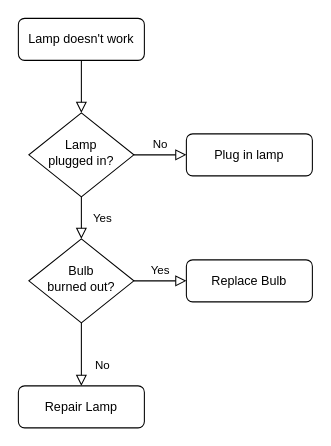
This is src/components/Untitled Diagram.drawio from AltubiIsraa/HS-M3-Assignment4, a draw.io file, before an edit. Source tidied: cells renumbered, new cells numbered last; positions are measured from the earlier drawing's top-left corner, leaving out a move shared by most shapes. Both pictures are drawn from the tidied source at 105%, with x=0, y=0 at pixel (18, 18).
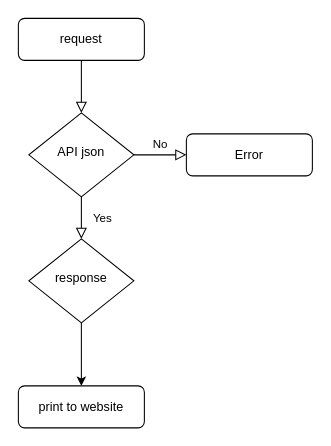
The same page after the edit.

The edit, as a diff of the source:
```diff
@@
 <mxGraphModel>
   <root>
     <mxCell id="0" />
     <mxCell id="1" parent="0" />
     <mxCell id="2" style="rounded=0;html=1;jettySize=auto;fontSize=11;endArrow=block;endFill=0;endSize=8;strokeWidth=1;shadow=0;labelBackgroundColor=none;edgeStyle=orthogonalEdgeStyle;" parent="1" edge="1" source="3" target="6">
       <mxGeometry relative="1" as="geometry" />
     </mxCell>
-    <mxCell id="3" value="Lamp doesn't work" style="rounded=1;whiteSpace=wrap;html=1;fontSize=12;glass=0;strokeWidth=1;shadow=0;" parent="1" vertex="1">
+    <mxCell id="3" value="request" style="rounded=1;whiteSpace=wrap;html=1;fontSize=12;glass=0;strokeWidth=1;shadow=0;" parent="1" vertex="1">
       <mxGeometry width="120" height="40" as="geometry" />
     </mxCell>
     <mxCell id="4" value="Yes" style="rounded=0;html=1;jettySize=auto;fontSize=11;endArrow=block;endFill=0;endSize=8;strokeWidth=1;shadow=0;labelBackgroundColor=none;edgeStyle=orthogonalEdgeStyle;" parent="1" edge="1" source="6" target="10">
       <mxGeometry y="20" relative="1" as="geometry" />
     </mxCell>
     <mxCell id="5" value="No" style="edgeStyle=orthogonalEdgeStyle;rounded=0;html=1;jettySize=auto;fontSize=11;endArrow=block;endFill=0;endSize=8;strokeWidth=1;shadow=0;labelBackgroundColor=none;" parent="1" edge="1" source="6" target="7">
       <mxGeometry y="10" relative="1" as="geometry" />
     </mxCell>
-    <mxCell id="6" value="Lamp&lt;br&gt;plugged in?" style="rhombus;whiteSpace=wrap;html=1;shadow=0;fontFamily=Helvetica;fontSize=12;align=center;strokeWidth=1;spacing=6;spacingTop=-4;" parent="1" vertex="1">
+    <mxCell id="6" value="API json" style="rhombus;whiteSpace=wrap;html=1;shadow=0;fontFamily=Helvetica;fontSize=12;align=center;strokeWidth=1;spacing=6;spacingTop=-4;" parent="1" vertex="1">
       <mxGeometry x="10" y="90" width="100" height="80" as="geometry" />
     </mxCell>
-    <mxCell id="7" value="Plug in lamp" style="rounded=1;whiteSpace=wrap;html=1;fontSize=12;glass=0;strokeWidth=1;shadow=0;" parent="1" vertex="1">
+    <mxCell id="7" value="Error" style="rounded=1;whiteSpace=wrap;html=1;fontSize=12;glass=0;strokeWidth=1;shadow=0;" parent="1" vertex="1">
       <mxGeometry x="160" y="110" width="120" height="40" as="geometry" />
     </mxCell>
-    <mxCell id="8" value="No" style="rounded=0;html=1;jettySize=auto;fontSize=11;endArrow=block;endFill=0;endSize=8;strokeWidth=1;shadow=0;labelBackgroundColor=none;edgeStyle=orthogonalEdgeStyle;" parent="1" edge="1" source="10" target="11">
-      <mxGeometry x="0.33" y="20" relative="1" as="geometry" />
-    </mxCell>
-    <mxCell id="9" value="Yes" style="edgeStyle=orthogonalEdgeStyle;rounded=0;html=1;jettySize=auto;fontSize=11;endArrow=block;endFill=0;endSize=8;strokeWidth=1;shadow=0;labelBackgroundColor=none;" parent="1" edge="1" source="10" target="12">
-      <mxGeometry y="10" relative="1" as="geometry" />
-    </mxCell>
-    <mxCell id="10" value="Bulb&lt;br&gt;burned out?" style="rhombus;whiteSpace=wrap;html=1;shadow=0;fontFamily=Helvetica;fontSize=12;align=center;strokeWidth=1;spacing=6;spacingTop=-4;" parent="1" vertex="1">
+    <mxCell id="10" value="response" style="rhombus;whiteSpace=wrap;html=1;shadow=0;fontFamily=Helvetica;fontSize=12;align=center;strokeWidth=1;spacing=6;spacingTop=-4;" parent="1" vertex="1">
       <mxGeometry x="10" y="210" width="100" height="80" as="geometry" />
     </mxCell>
-    <mxCell id="11" value="Repair Lamp" style="rounded=1;whiteSpace=wrap;html=1;fontSize=12;glass=0;strokeWidth=1;shadow=0;" parent="1" vertex="1">
+    <mxCell id="11" value="print to website" style="rounded=1;whiteSpace=wrap;html=1;fontSize=12;glass=0;strokeWidth=1;shadow=0;" parent="1" vertex="1">
       <mxGeometry y="350" width="120" height="40" as="geometry" />
     </mxCell>
-    <mxCell id="12" value="Replace Bulb" style="rounded=1;whiteSpace=wrap;html=1;fontSize=12;glass=0;strokeWidth=1;shadow=0;" parent="1" vertex="1">
-      <mxGeometry x="160" y="230" width="120" height="40" as="geometry" />
-    </mxCell>
+    <mxCell id="8" style="endArrow=classic;html=1;rounded=0;exitX=0.5;exitY=1;exitDx=0;exitDy=0;entryX=0.5;entryY=0;entryDx=0;entryDy=0;" parent="1" edge="1" source="10" target="11">
+      <mxGeometry relative="1" as="geometry" />
+    </mxCell>
   </root>
 </mxGraphModel>
```
